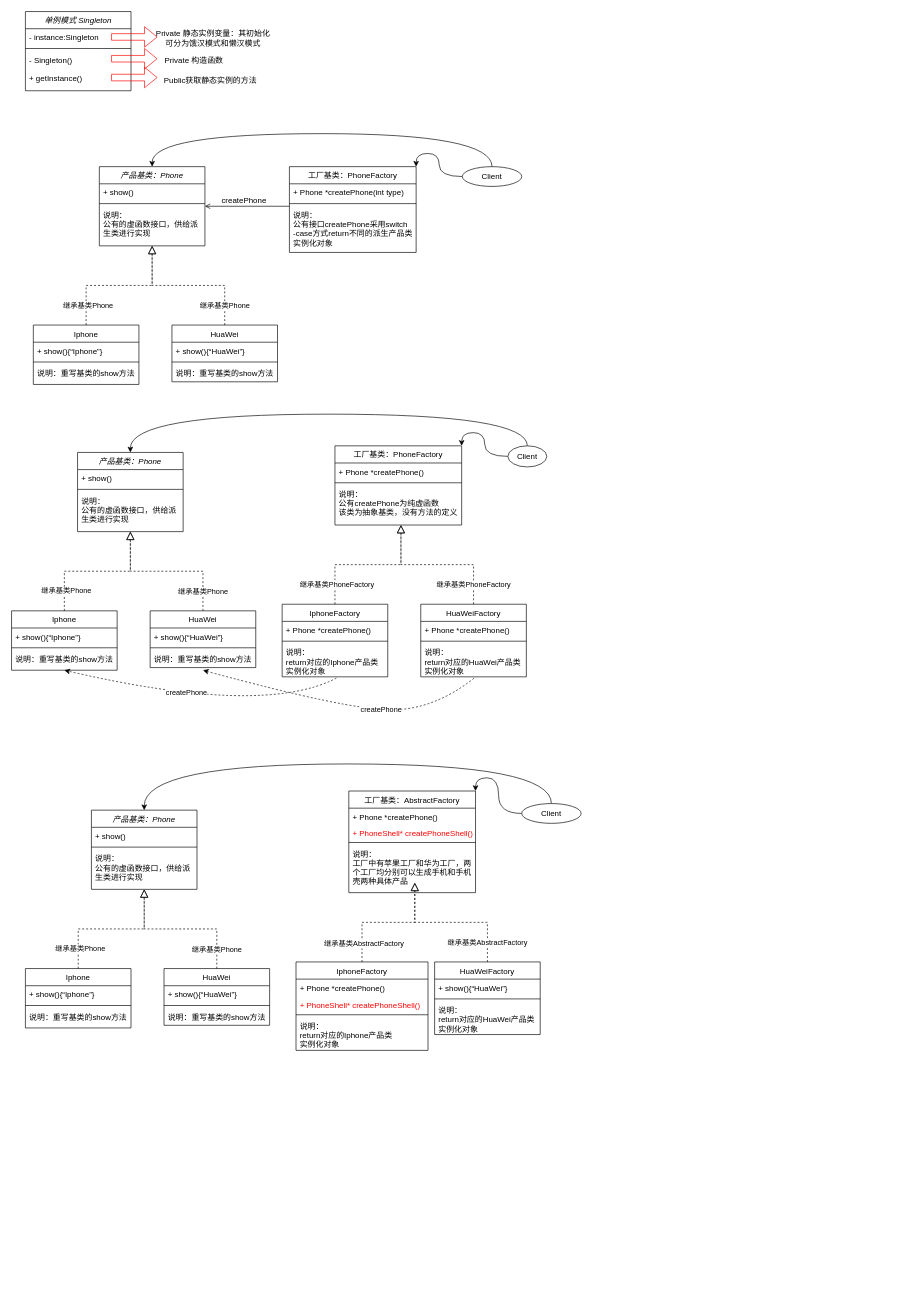
Above: 设计模式学习.drawio in AkiraZheng/diagrams (draw.io), before the change. Source tidied: cells renumbered, new cells numbered last; positions are measured from the earlier drawing's top-left corner, leaving out a move shared by most shapes. Both pictures are drawn from the tidied source at 66%, with x=0, y=0 at pixel (11, 11).
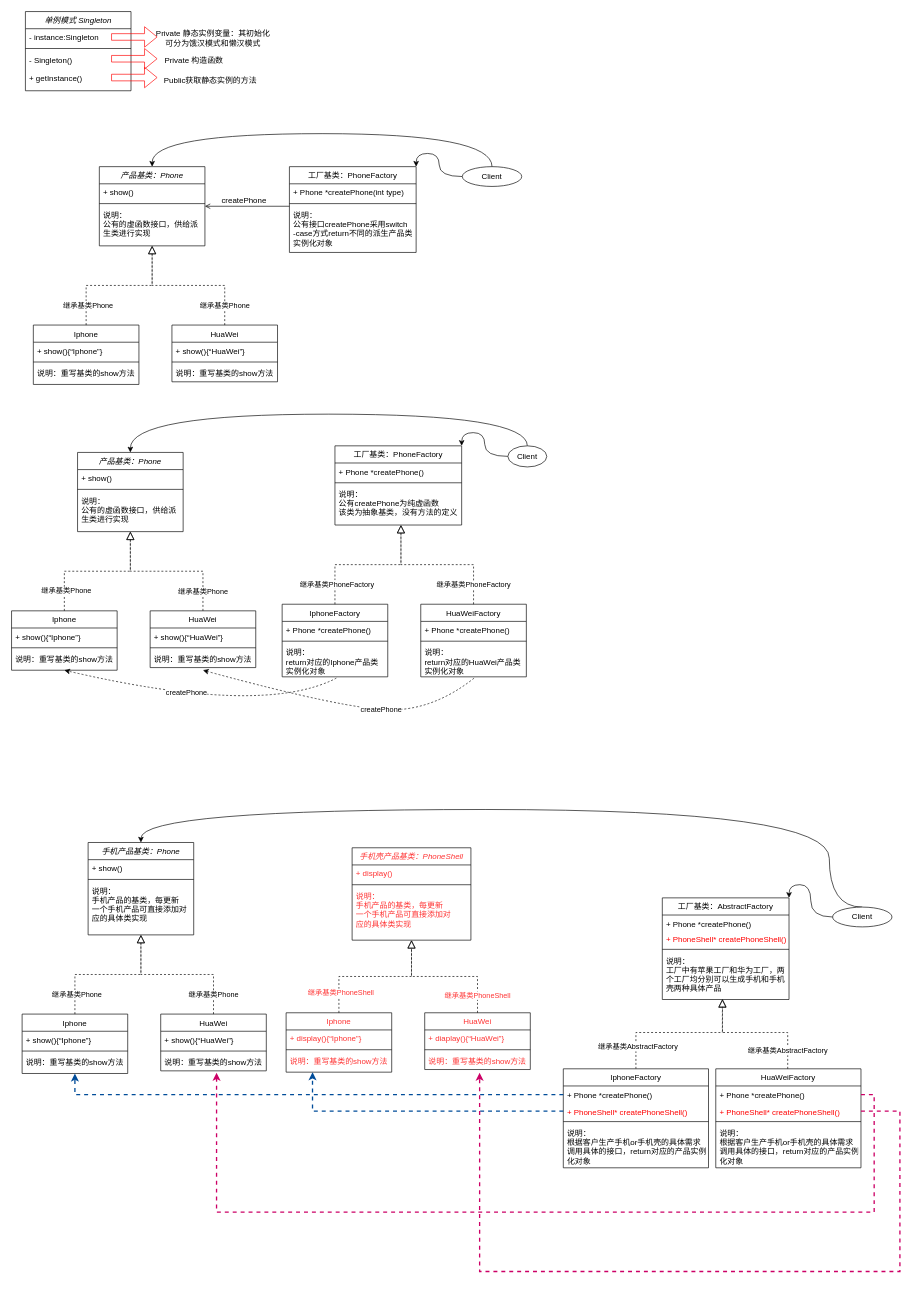
The same diagram, later.

Commit message (it also covers changes not shown here):
更新设计模式学习.drawio

The change refers to these unchanged cells:
```xml
<mxCell id="90" value="说明：重写基类的show方法" style="text;align=left;verticalAlign=top;spacingLeft=4;spacingRight=4;overflow=hidden;points=[[0,0.5],[1,0.5]];portConstraint=eastwest;fontStyle=0;" parent="87" vertex="1">
  <mxGeometry y="60" width="160" height="26" as="geometry" />
</mxCell>
```

What changed in the source:
```diff
@@
-    <mxCell id="77" value="产品基类：Phone" style="swimlane;fontStyle=2;align=center;verticalAlign=top;horizontal=1;startSize=26;rounded=0;shadow=0;strokeWidth=1;" parent="1" vertex="1">
-      <mxGeometry x="121" y="1210" width="160" height="120" as="geometry" />
+    <mxCell id="77" value="手机产品基类：Phone" style="swimlane;fontStyle=2;align=center;verticalAlign=top;horizontal=1;startSize=26;rounded=0;shadow=0;strokeWidth=1;" parent="1" vertex="1">
+      <mxGeometry x="116" y="1259" width="160" height="140" as="geometry" />
     </mxCell>
@@
-    <mxCell id="80" value="说明：&#10;公有的虚函数接口，供给派&#10;生类进行实现" style="text;align=left;verticalAlign=top;spacingLeft=4;spacingRight=4;overflow=hidden;" parent="77" vertex="1">
-      <mxGeometry y="60" width="160" height="50" as="geometry" />
+    <mxCell id="80" value="说明：&#10;手机产品的基类，每更新&#10;一个手机产品可直接添加对&#10;应的具体类实现" style="text;align=left;verticalAlign=top;spacingLeft=4;spacingRight=4;overflow=hidden;" parent="77" vertex="1">
+      <mxGeometry y="60" width="160" height="70" as="geometry" />
     </mxCell>
     <mxCell id="81" value="Iphone" style="swimlane;fontStyle=0;align=center;verticalAlign=top;horizontal=1;startSize=26;rounded=0;shadow=0;strokeWidth=1;" parent="1" vertex="1">
-      <mxGeometry x="21" y="1450" width="160" height="90" as="geometry" />
+      <mxGeometry x="16" y="1519" width="160" height="90" as="geometry" />
     </mxCell>
@@
     <mxCell id="87" value="HuaWei" style="swimlane;fontStyle=0;align=center;verticalAlign=top;horizontal=1;startSize=26;rounded=0;shadow=0;strokeWidth=1;" parent="1" vertex="1">
-      <mxGeometry x="231" y="1450" width="160" height="86" as="geometry" />
+      <mxGeometry x="226" y="1519" width="160" height="86" as="geometry" />
     </mxCell>
@@
     <mxCell id="93" value="工厂基类：AbstractFactory" style="swimlane;fontStyle=0;align=center;verticalAlign=top;horizontal=1;startSize=26;rounded=0;shadow=0;strokeWidth=1;" parent="1" vertex="1">
-      <mxGeometry x="511" y="1181" width="192" height="154" as="geometry" />
+      <mxGeometry x="986" y="1342.9" width="192" height="154" as="geometry" />
     </mxCell>
@@
     <mxCell id="99" style="edgeStyle=orthogonalEdgeStyle;rounded=0;jettySize=auto;html=1;exitX=0.5;exitY=0;exitDx=0;exitDy=0;entryX=0.5;entryY=0;entryDx=0;entryDy=0;curved=1;" parent="1" edge="1" source="100" target="77">
       <mxGeometry relative="1" as="geometry">
         <Array as="points">
-          <mxPoint x="818" y="1140" />
-          <mxPoint x="201" y="1140" />
+          <mxPoint x="1239" y="1209" />
+          <mxPoint x="196" y="1209" />
         </Array>
       </mxGeometry>
     </mxCell>
     <mxCell id="100" value="Client" style="ellipse;whiteSpace=wrap;html=1;" parent="1" vertex="1">
-      <mxGeometry x="773" y="1200" width="90" height="30" as="geometry" />
+      <mxGeometry x="1244" y="1356.9" width="90" height="30" as="geometry" />
     </mxCell>
-    <mxCell id="101" value="IphoneFactory" style="swimlane;fontStyle=0;align=center;verticalAlign=top;horizontal=1;startSize=26;rounded=0;shadow=0;strokeWidth=1;" parent="1" vertex="1">
-      <mxGeometry x="431" y="1440" width="200" height="134" as="geometry" />
-    </mxCell>
-    <mxCell id="102" value="+ Phone *createPhone()" style="text;align=left;verticalAlign=top;spacingLeft=4;spacingRight=4;overflow=hidden;points=[[0,0.5],[1,0.5]];portConstraint=eastwest;" parent="101" vertex="1">
-      <mxGeometry y="26" width="200" height="26" as="geometry" />
-    </mxCell>
-    <mxCell id="103" value="+ PhoneShell* createPhoneShell()" style="text;align=left;verticalAlign=top;spacingLeft=4;spacingRight=4;overflow=hidden;fontColor=#FF0000;" parent="101" vertex="1">
-      <mxGeometry y="52" width="200" height="24" as="geometry" />
-    </mxCell>
-    <mxCell id="104" style="line;html=1;strokeWidth=1;align=left;verticalAlign=middle;spacingTop=-1;spacingLeft=3;spacingRight=3;labelPosition=right;" parent="101" vertex="1">
-      <mxGeometry y="76" width="200" height="8" as="geometry" />
-    </mxCell>
-    <mxCell id="105" value="说明：&#10;return对应的Iphone产品类&#10;实例化对象" style="text;align=left;verticalAlign=top;spacingLeft=4;spacingRight=4;overflow=hidden;fontStyle=0;" parent="101" vertex="1">
-      <mxGeometry y="84" width="200" height="50" as="geometry" />
-    </mxCell>
-    <mxCell id="106" style="endArrow=block;endSize=10;endFill=0;shadow=0;strokeWidth=1;rounded=0;edgeStyle=elbowEdgeStyle;elbow=vertical;dashed=1;" parent="1" edge="1" source="101">
+    <mxCell id="106" style="endArrow=block;endSize=10;endFill=0;shadow=0;strokeWidth=1;rounded=0;edgeStyle=elbowEdgeStyle;elbow=vertical;dashed=1;exitX=0.5;exitY=0;exitDx=0;exitDy=0;" parent="1" edge="1" source="101">
       <mxGeometry relative="1" as="geometry">
-        <mxPoint x="611" y="1320" as="targetPoint" />
+        <mxPoint x="1077" y="1496.9" as="targetPoint" />
+        <Array as="points">
+          <mxPoint x="1007" y="1546.9" />
+        </Array>
       </mxGeometry>
     </mxCell>
@@
     <mxCell id="108" value="HuaWeiFactory" style="swimlane;fontStyle=0;align=center;verticalAlign=top;horizontal=1;startSize=26;rounded=0;shadow=0;strokeWidth=1;" parent="1" vertex="1">
-      <mxGeometry x="641" y="1440" width="160" height="110" as="geometry" />
+      <mxGeometry x="1067" y="1601.9" width="220" height="150" as="geometry" />
     </mxCell>
-    <mxCell id="109" value="+ show(){“HuaWei”}" style="text;align=left;verticalAlign=top;spacingLeft=4;spacingRight=4;overflow=hidden;points=[[0,0.5],[1,0.5]];portConstraint=eastwest;" parent="108" vertex="1">
-      <mxGeometry y="26" width="160" height="26" as="geometry" />
+    <mxCell id="109" value="+ Phone *createPhone()" style="text;align=left;verticalAlign=top;spacingLeft=4;spacingRight=4;overflow=hidden;points=[[0,0.5],[1,0.5]];portConstraint=eastwest;" parent="108" vertex="1">
+      <mxGeometry y="26" width="220" height="26" as="geometry" />
     </mxCell>
+    <mxCell id="114" value="+ PhoneShell* createPhoneShell()" style="text;align=left;verticalAlign=top;spacingLeft=4;spacingRight=4;overflow=hidden;points=[[0,0.5],[1,0.5]];portConstraint=eastwest;fontColor=#FF0000;" parent="108" vertex="1">
+      <mxGeometry y="52" width="220" height="24" as="geometry" />
+    </mxCell>
     <mxCell id="110" style="line;html=1;strokeWidth=1;align=left;verticalAlign=middle;spacingTop=-1;spacingLeft=3;spacingRight=3;labelPosition=right;" parent="108" vertex="1">
-      <mxGeometry y="52" width="160" height="8" as="geometry" />
+      <mxGeometry y="76" width="220" height="8" as="geometry" />
     </mxCell>
-    <mxCell id="111" value="说明：&#10;return对应的HuaWei产品类&#10;实例化对象" style="text;align=left;verticalAlign=top;spacingLeft=4;spacingRight=4;overflow=hidden;fontStyle=0;" parent="108" vertex="1">
-      <mxGeometry y="60" width="160" height="50" as="geometry" />
+    <mxCell id="111" value="说明：&#10;根据客户生产手机or手机壳的具体需求&#10;调用具体的接口，return对应的产品实例&#10;化对象" style="text;align=left;verticalAlign=top;spacingLeft=4;spacingRight=4;overflow=hidden;fontStyle=0;" parent="108" vertex="1">
+      <mxGeometry y="84" width="220" height="66" as="geometry" />
     </mxCell>
-    <mxCell id="112" style="endArrow=block;endSize=10;endFill=0;shadow=0;strokeWidth=1;rounded=0;edgeStyle=elbowEdgeStyle;elbow=vertical;dashed=1;" parent="1" edge="1" source="108">
+    <mxCell id="112" style="endArrow=block;endSize=10;endFill=0;shadow=0;strokeWidth=1;rounded=0;edgeStyle=elbowEdgeStyle;elbow=vertical;dashed=1;entryX=0.48;entryY=0.986;entryDx=0;entryDy=0;entryPerimeter=0;" parent="1" edge="1">
       <mxGeometry relative="1" as="geometry">
-        <mxPoint x="611" y="1320" as="targetPoint" />
+        <mxPoint x="1176" y="1601.9" as="sourcePoint" />
+        <mxPoint x="1077.2" y="1495.9" as="targetPoint" />
+        <Array as="points">
+          <mxPoint x="1127" y="1546.9" />
+        </Array>
       </mxGeometry>
     </mxCell>
@@
+    <mxCell id="101" value="IphoneFactory" style="swimlane;fontStyle=0;align=center;verticalAlign=top;horizontal=1;startSize=26;rounded=0;shadow=0;strokeWidth=1;" parent="1" vertex="1">
+      <mxGeometry x="836" y="1601.9" width="220" height="150" as="geometry" />
+    </mxCell>
+    <mxCell id="102" value="+ Phone *createPhone()" style="text;align=left;verticalAlign=top;spacingLeft=4;spacingRight=4;overflow=hidden;points=[[0,0.5],[1,0.5]];portConstraint=eastwest;" parent="101" vertex="1">
+      <mxGeometry y="26" width="220" height="26" as="geometry" />
+    </mxCell>
+    <mxCell id="115" value="+ PhoneShell* createPhoneShell()" style="text;align=left;verticalAlign=top;spacingLeft=4;spacingRight=4;overflow=hidden;points=[[0,0.5],[1,0.5]];portConstraint=eastwest;fontColor=#FF0000;" parent="101" vertex="1">
+      <mxGeometry y="52" width="220" height="24" as="geometry" />
+    </mxCell>
+    <mxCell id="116" style="line;html=1;strokeWidth=1;align=left;verticalAlign=middle;spacingTop=-1;spacingLeft=3;spacingRight=3;labelPosition=right;" parent="101" vertex="1">
+      <mxGeometry y="76" width="220" height="8" as="geometry" />
+    </mxCell>
+    <mxCell id="117" value="说明：&#10;根据客户生产手机or手机壳的具体需求&#10;调用具体的接口，return对应的产品实例&#10;化对象" style="text;align=left;verticalAlign=top;spacingLeft=4;spacingRight=4;overflow=hidden;fontStyle=0;" parent="101" vertex="1">
+      <mxGeometry y="84" width="220" height="66" as="geometry" />
+    </mxCell>
+    <mxCell id="118" value="手机壳产品基类：PhoneShell" style="swimlane;fontStyle=2;align=center;verticalAlign=top;horizontal=1;startSize=26;rounded=0;shadow=0;strokeWidth=1;fontColor=#FF3333;" parent="1" vertex="1">
+      <mxGeometry x="516" y="1267" width="180" height="140" as="geometry" />
+    </mxCell>
+    <mxCell id="119" value="+ display()" style="text;align=left;verticalAlign=top;spacingLeft=4;spacingRight=4;overflow=hidden;fontColor=#FF3333;" parent="118" vertex="1">
+      <mxGeometry y="26" width="180" height="26" as="geometry" />
+    </mxCell>
+    <mxCell id="120" style="line;html=1;strokeWidth=1;align=left;verticalAlign=middle;spacingTop=-1;spacingLeft=3;spacingRight=3;labelPosition=right;fontColor=#FF3333;" parent="118" vertex="1">
+      <mxGeometry y="52" width="180" height="8" as="geometry" />
+    </mxCell>
+    <mxCell id="121" value="说明：&#10;手机产品的基类，每更新&#10;一个手机产品可直接添加对&#10;应的具体类实现" style="text;align=left;verticalAlign=top;spacingLeft=4;spacingRight=4;overflow=hidden;fontColor=#FF3333;" parent="118" vertex="1">
+      <mxGeometry y="60" width="180" height="70" as="geometry" />
+    </mxCell>
+    <mxCell id="122" value="Iphone" style="swimlane;fontStyle=0;align=center;verticalAlign=top;horizontal=1;startSize=26;rounded=0;shadow=0;strokeWidth=1;fontColor=#FF3333;" parent="1" vertex="1">
+      <mxGeometry x="416" y="1517" width="160" height="90" as="geometry" />
+    </mxCell>
+    <mxCell id="123" value="+ display(){“Iphone”}" style="text;align=left;verticalAlign=top;spacingLeft=4;spacingRight=4;overflow=hidden;fontColor=#FF3333;" parent="122" vertex="1">
+      <mxGeometry y="26" width="160" height="26" as="geometry" />
+    </mxCell>
+    <mxCell id="124" style="line;html=1;strokeWidth=1;align=left;verticalAlign=middle;spacingTop=-1;spacingLeft=3;spacingRight=3;labelPosition=right;fontColor=#FF3333;" parent="122" vertex="1">
+      <mxGeometry y="52" width="160" height="8" as="geometry" />
+    </mxCell>
+    <mxCell id="125" value="说明：重写基类的show方法" style="text;align=left;verticalAlign=top;spacingLeft=4;spacingRight=4;overflow=hidden;fontStyle=0;fontColor=#FF3333;" parent="122" vertex="1">
+      <mxGeometry y="60" width="160" height="26" as="geometry" />
+    </mxCell>
+    <mxCell id="126" style="endArrow=block;endSize=10;endFill=0;shadow=0;strokeWidth=1;rounded=0;edgeStyle=elbowEdgeStyle;elbow=vertical;dashed=1;fontColor=#FF3333;" parent="1" edge="1" source="122" target="118">
+      <mxGeometry relative="1" as="geometry" />
+    </mxCell>
+    <mxCell id="127" value="继承基类PhoneShell" style="edgeLabel;html=1;align=center;verticalAlign=middle;fontColor=#FF3333;" parent="126" vertex="1">
+      <mxGeometry x="-0.72" y="-2" relative="1" as="geometry" />
+    </mxCell>
+    <mxCell id="128" value="HuaWei" style="swimlane;fontStyle=0;align=center;verticalAlign=top;horizontal=1;startSize=26;rounded=0;shadow=0;strokeWidth=1;fontColor=#FF3333;" parent="1" vertex="1">
+      <mxGeometry x="626" y="1517" width="160" height="86" as="geometry" />
+    </mxCell>
+    <mxCell id="129" value="+ diaplay(){“HuaWei”}" style="text;align=left;verticalAlign=top;spacingLeft=4;spacingRight=4;overflow=hidden;fontColor=#FF3333;" parent="128" vertex="1">
+      <mxGeometry y="26" width="160" height="26" as="geometry" />
+    </mxCell>
+    <mxCell id="130" style="line;html=1;strokeWidth=1;align=left;verticalAlign=middle;spacingTop=-1;spacingLeft=3;spacingRight=3;labelPosition=right;fontColor=#FF3333;" parent="128" vertex="1">
+      <mxGeometry y="52" width="160" height="8" as="geometry" />
+    </mxCell>
+    <mxCell id="131" value="说明：重写基类的show方法" style="text;align=left;verticalAlign=top;spacingLeft=4;spacingRight=4;overflow=hidden;points=[[0,0.5],[1,0.5]];portConstraint=eastwest;fontStyle=0;fontColor=#FF3333;" parent="128" vertex="1">
+      <mxGeometry y="60" width="160" height="26" as="geometry" />
+    </mxCell>
+    <mxCell id="132" style="endArrow=block;endSize=10;endFill=0;shadow=0;strokeWidth=1;rounded=0;edgeStyle=elbowEdgeStyle;elbow=vertical;dashed=1;fontColor=#FF3333;" parent="1" edge="1" source="128" target="118">
+      <mxGeometry relative="1" as="geometry" />
+    </mxCell>
+    <mxCell id="133" value="继承基类PhoneShell" style="edgeLabel;html=1;align=center;verticalAlign=middle;fontColor=#FF3333;" parent="132" vertex="1">
+      <mxGeometry x="-0.74" y="1" relative="1" as="geometry" />
+    </mxCell>
+    <mxCell id="134" style="edgeStyle=orthogonalEdgeStyle;rounded=0;jettySize=auto;html=1;exitX=0;exitY=0.5;exitDx=0;exitDy=0;entryX=0.25;entryY=1;entryDx=0;entryDy=0;strokeColor=#004C99;dashed=1;strokeWidth=2;" parent="1" edge="1" source="115" target="122">
+      <mxGeometry relative="1" as="geometry" />
+    </mxCell>
+    <mxCell id="135" style="edgeStyle=orthogonalEdgeStyle;rounded=0;jettySize=auto;html=1;exitX=0;exitY=0.5;exitDx=0;exitDy=0;entryX=0.5;entryY=1;entryDx=0;entryDy=0;strokeColor=#004C99;dashed=1;strokeWidth=2;" parent="1" edge="1" source="102" target="81">
+      <mxGeometry relative="1" as="geometry" />
+    </mxCell>
+    <mxCell id="136" style="edgeStyle=orthogonalEdgeStyle;rounded=0;jettySize=auto;html=1;exitX=1;exitY=0.5;exitDx=0;exitDy=0;entryX=0.529;entryY=1.108;entryDx=0;entryDy=0;entryPerimeter=0;strokeColor=#CC0066;dashed=1;strokeWidth=2;" parent="1" edge="1" source="109" target="90">
+      <mxGeometry relative="1" as="geometry">
+        <Array as="points">
+          <mxPoint x="1307" y="1641" />
+          <mxPoint x="1307" y="1819" />
+          <mxPoint x="311" y="1819" />
+        </Array>
+      </mxGeometry>
+    </mxCell>
+    <mxCell id="137" style="edgeStyle=orthogonalEdgeStyle;rounded=0;jettySize=auto;html=1;exitX=1;exitY=0.5;exitDx=0;exitDy=0;entryX=0.52;entryY=1.185;entryDx=0;entryDy=0;entryPerimeter=0;strokeColor=#CC0066;dashed=1;strokeWidth=2;" parent="1" edge="1" source="114" target="131">
+      <mxGeometry relative="1" as="geometry">
+        <Array as="points">
+          <mxPoint x="1346" y="1666" />
+          <mxPoint x="1346" y="1909" />
+          <mxPoint x="709" y="1909" />
+        </Array>
+      </mxGeometry>
+    </mxCell>
```
